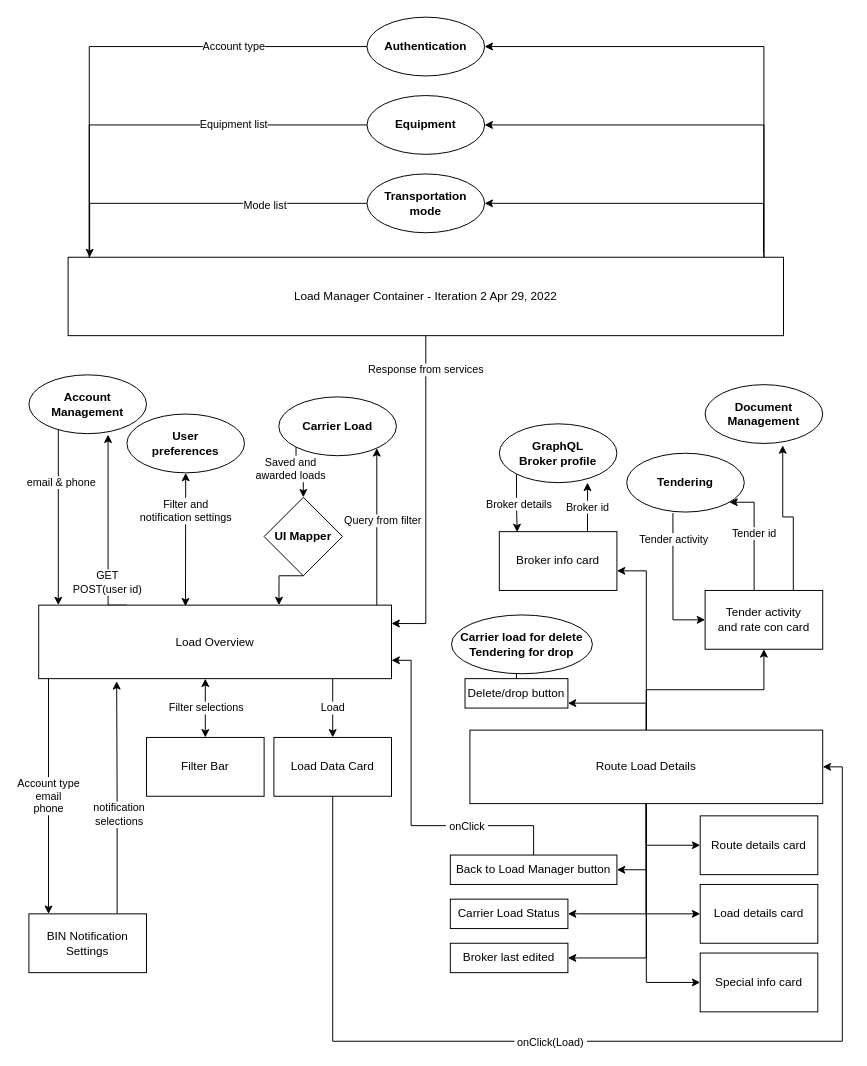
Before: LM Refactor Diagram v2.drawio in eeevvaaa/drawio, a draw.io diagram. Source tidied: cells renumbered, new cells numbered last; positions are measured from the earlier drawing's top-left corner, leaving out a move shared by most shapes. Both pictures are drawn from the tidied source at 98%, with x=0, y=0 at pixel (28, 17).
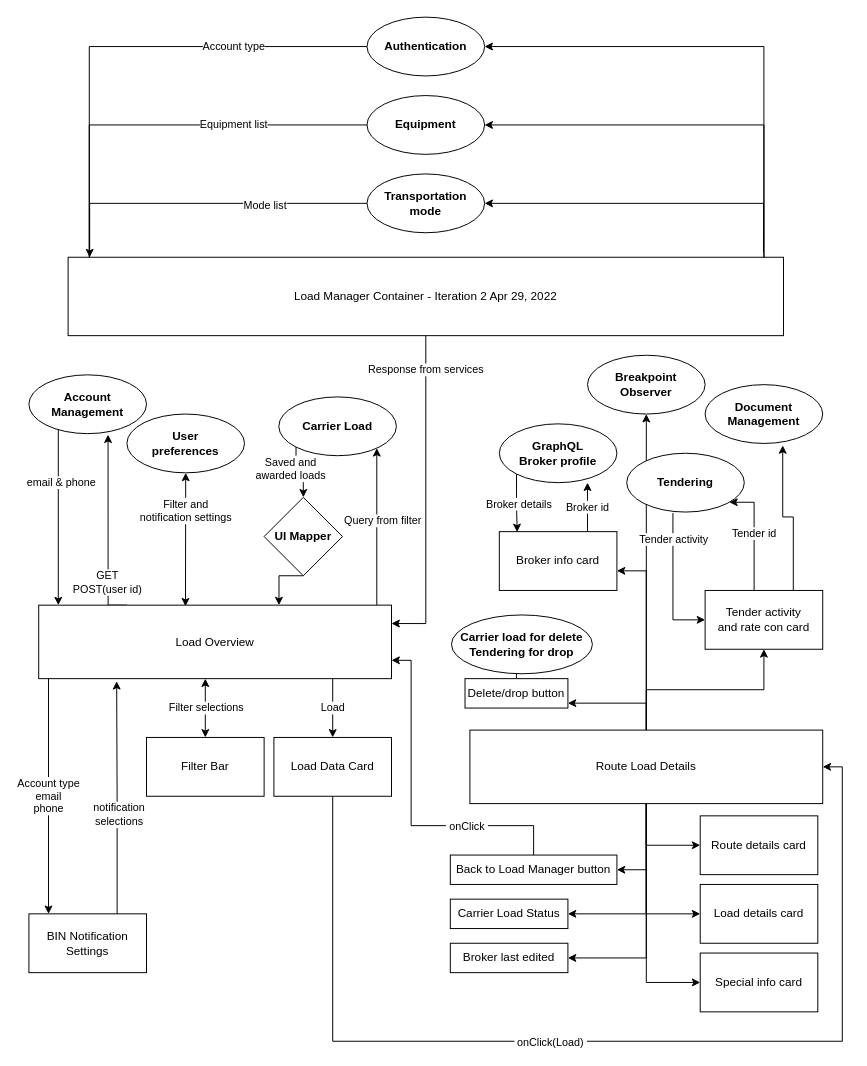
Above is the later version.

The change refers to these unchanged cells:
```xml
<mxCell id="43" value="Route Load Details" style="whiteSpace=wrap;html=1;labelBorderColor=none;rounded=0;" parent="1" vertex="1">
  <mxGeometry x="450" y="727.5" width="360" height="75" as="geometry" />
</mxCell>
```

Change to the diagram source:
```diff
@@
+    <mxCell id="73" style="edgeStyle=orthogonalEdgeStyle;rounded=0;jettySize=auto;html=1;" parent="1" edge="1" source="43" target="74">
+      <mxGeometry relative="1" as="geometry" />
+    </mxCell>
@@
+    <mxCell id="74" value="&lt;b&gt;Breakpoint&lt;/b&gt; &lt;b&gt;Observer&lt;/b&gt;" style="ellipse;whiteSpace=wrap;html=1;labelBorderColor=none;rounded=0;" parent="1" vertex="1">
+      <mxGeometry x="570" y="345" width="120" height="60" as="geometry" />
+    </mxCell>
```
